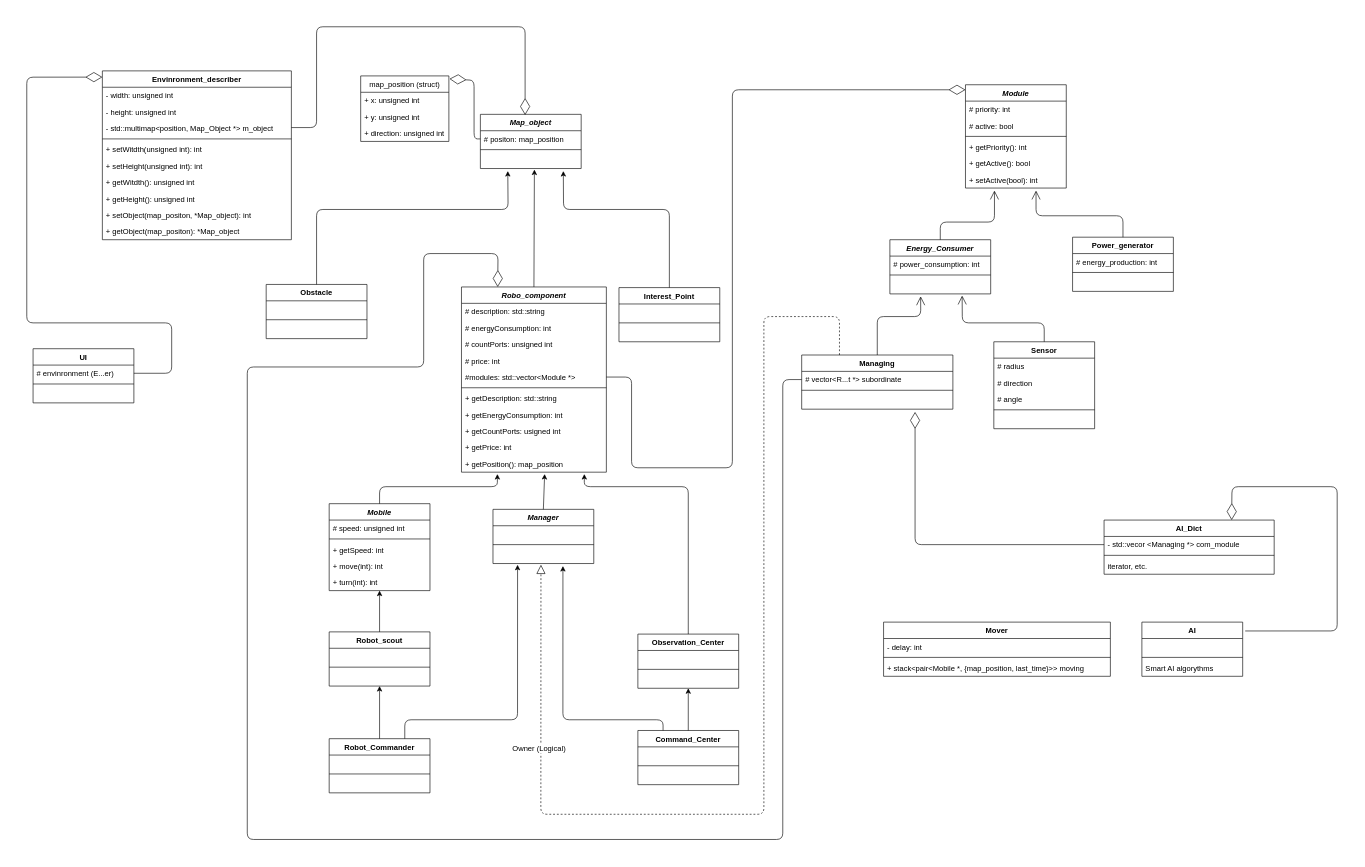
manturovDan/Mobile-Robots keeps this draw.io diagram as etc/diagram.drawio. Above is the earlier version. Source tidied: cells renumbered, new cells numbered last; positions are measured from the earlier drawing's top-left corner, leaving out a move shared by most shapes. Both pictures are drawn from the tidied source at 63%, with x=0, y=0 at pixel (26, 26).
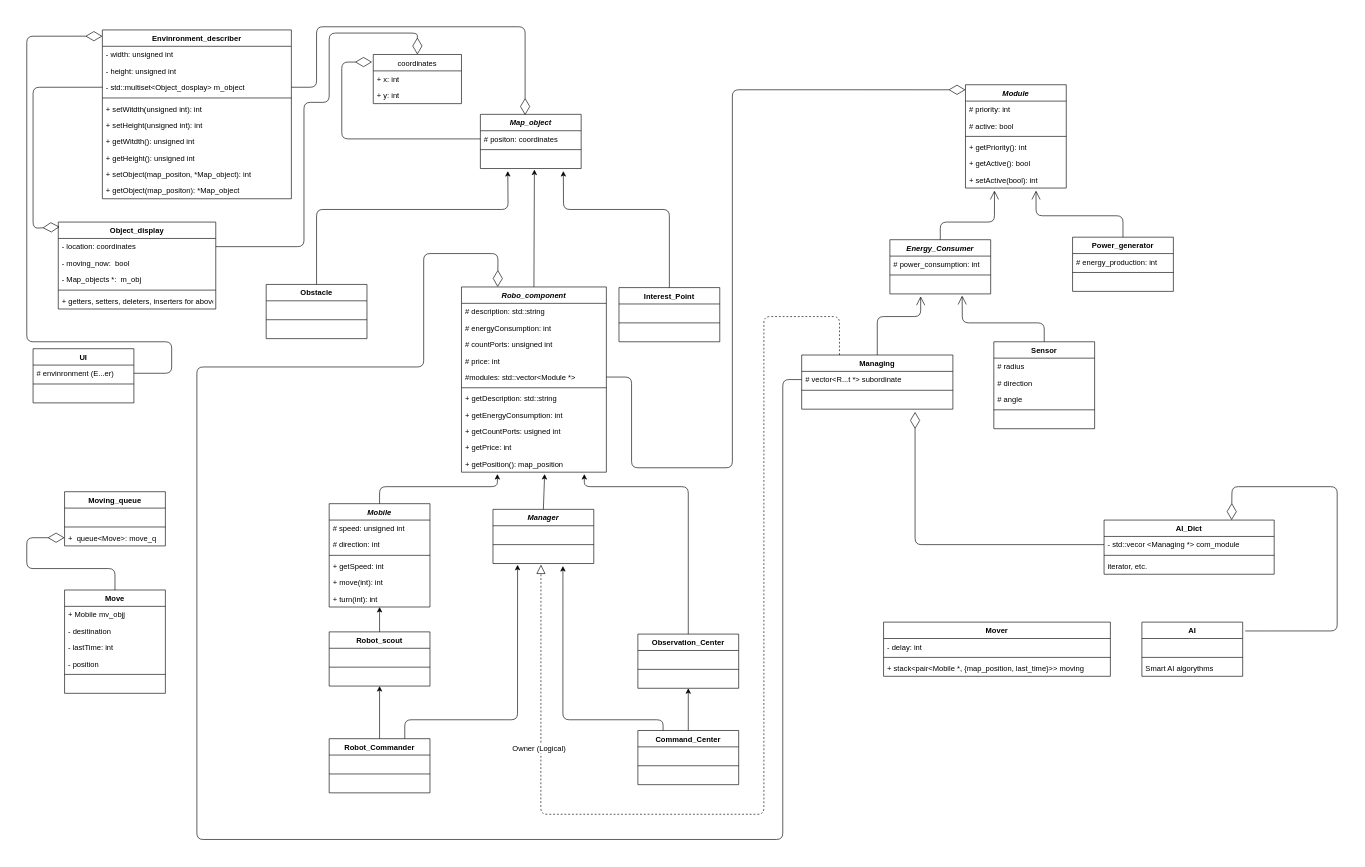
Above is the later version.

The change refers to these unchanged cells:
```xml
<mxCell id="13" value="Map_object" style="swimlane;fontStyle=3;align=center;verticalAlign=top;horizontal=1;startSize=26;" parent="1" vertex="1">
  <mxGeometry x="720" y="139" width="160" height="86" as="geometry" />
</mxCell>
<mxCell id="25" value="Robo_component" style="swimlane;fontStyle=3;align=center;verticalAlign=top;horizontal=1;startSize=26;" parent="1" vertex="1">
  <mxGeometry x="690" y="413" width="230" height="294" as="geometry" />
</mxCell>
<mxCell id="59" value="# vector&lt;R...t *&gt; subordinate" style="text;strokeColor=none;fillColor=none;align=left;verticalAlign=top;spacingLeft=4;spacingRight=4;overflow=hidden;points=[[0,0.5],[1,0.5]];portConstraint=eastwest;" parent="58" vertex="1">
  <mxGeometry y="26" width="240" height="26" as="geometry" />
</mxCell>
<mxCell id="122" value="# envinronment (E...er)" style="text;strokeColor=none;fillColor=none;align=left;verticalAlign=top;spacingLeft=4;spacingRight=4;overflow=hidden;points=[[0,0.5],[1,0.5]];portConstraint=eastwest;" parent="121" vertex="1">
  <mxGeometry y="26" width="160" height="26" as="geometry" />
</mxCell>
```

Diff of the diagram source:
```diff
@@
     <mxCell id="2" value="Envinronment_describer" style="swimlane;fontStyle=1;align=center;verticalAlign=top;horizontal=1;startSize=26;" parent="1" vertex="1">
-      <mxGeometry x="120" y="70" width="300" height="268" as="geometry" />
+      <mxGeometry x="120" y="5" width="300" height="268" as="geometry" />
     </mxCell>
@@
-    <mxCell id="5" value="- std::multimap&lt;position, Map_Object *&gt; m_object" style="text;strokeColor=none;fillColor=none;align=left;verticalAlign=top;spacingLeft=4;spacingRight=4;overflow=hidden;points=[[0,0.5],[1,0.5]];portConstraint=eastwest;" parent="2" vertex="1">
+    <mxCell id="5" value="- std::multiset&lt;Object_dosplay&gt; m_object" style="text;strokeColor=none;fillColor=none;align=left;verticalAlign=top;spacingLeft=4;spacingRight=4;overflow=hidden;points=[[0,0.5],[1,0.5]];portConstraint=eastwest;" parent="2" vertex="1">
       <mxGeometry y="78" width="300" height="26" as="geometry" />
     </mxCell>
@@
-    <mxCell id="14" value="# positon: map_position" style="text;strokeColor=none;fillColor=none;align=left;verticalAlign=top;spacingLeft=4;spacingRight=4;overflow=hidden;points=[[0,0.5],[1,0.5]];portConstraint=eastwest;" parent="13" vertex="1">
+    <mxCell id="14" value="# positon: coordinates" style="text;strokeColor=none;fillColor=none;align=left;verticalAlign=top;spacingLeft=4;spacingRight=4;overflow=hidden;points=[[0,0.5],[1,0.5]];portConstraint=eastwest;" parent="13" vertex="1">
       <mxGeometry y="26" width="160" height="26" as="geometry" />
     </mxCell>
@@
-    <mxCell id="17" value="map_position (struct)" style="swimlane;fontStyle=0;horizontal=1;startSize=26;fillColor=none;" parent="1" vertex="1">
-      <mxGeometry x="530" y="78" width="140" height="104" as="geometry" />
-    </mxCell>
-    <mxCell id="18" value="+ x: unsigned int" style="text;strokeColor=none;fillColor=none;align=left;verticalAlign=top;spacingLeft=4;spacingRight=4;overflow=hidden;" parent="17" vertex="1">
-      <mxGeometry y="26" width="140" height="26" as="geometry" />
-    </mxCell>
-    <mxCell id="19" value="+ y: unsigned int" style="text;strokeColor=none;fillColor=none;align=left;verticalAlign=top;spacingLeft=4;spacingRight=4;overflow=hidden;" parent="17" vertex="1">
-      <mxGeometry y="52" width="140" height="26" as="geometry" />
-    </mxCell>
-    <mxCell id="20" value="+ direction: unsigned int" style="text;strokeColor=none;fillColor=none;align=left;verticalAlign=top;spacingLeft=4;spacingRight=4;overflow=hidden;" parent="17" vertex="1">
-      <mxGeometry y="78" width="140" height="26" as="geometry" />
-    </mxCell>
@@
     <mxCell id="41" value="Mobile" style="swimlane;fontStyle=3;align=center;verticalAlign=top;horizontal=1;startSize=26;" parent="1" vertex="1">
-      <mxGeometry x="480" y="757" width="160" height="138" as="geometry" />
+      <mxGeometry x="480" y="757" width="160" height="164" as="geometry" />
     </mxCell>
@@
+    <mxCell id="132" value="# direction: int" style="text;strokeColor=none;fillColor=none;align=left;verticalAlign=top;spacingLeft=4;spacingRight=4;overflow=hidden;" parent="41" vertex="1">
+      <mxGeometry y="52" width="160" height="26" as="geometry" />
+    </mxCell>
     <mxCell id="43" style="line;strokeWidth=1;fillColor=none;align=left;verticalAlign=middle;spacingTop=-1;spacingLeft=3;spacingRight=3;labelPosition=right;" parent="41" vertex="1">
-      <mxGeometry y="52" width="160" height="8" as="geometry" />
+      <mxGeometry y="78" width="160" height="8" as="geometry" />
     </mxCell>
     <mxCell id="44" value="+ getSpeed: int" style="text;strokeColor=none;fillColor=none;align=left;verticalAlign=top;spacingLeft=4;spacingRight=4;overflow=hidden;" parent="41" vertex="1">
-      <mxGeometry y="60" width="160" height="26" as="geometry" />
+      <mxGeometry y="86" width="160" height="26" as="geometry" />
     </mxCell>
     <mxCell id="45" value="+ move(int): int" style="text;strokeColor=none;fillColor=none;align=left;verticalAlign=top;spacingLeft=4;spacingRight=4;overflow=hidden;" parent="41" vertex="1">
-      <mxGeometry y="86" width="160" height="26" as="geometry" />
+      <mxGeometry y="112" width="160" height="26" as="geometry" />
     </mxCell>
     <mxCell id="46" value="+ turn(int): int" style="text;strokeColor=none;fillColor=none;align=left;verticalAlign=top;spacingLeft=4;spacingRight=4;overflow=hidden;points=[[0,0.5],[1,0.5]];portConstraint=eastwest;" parent="41" vertex="1">
-      <mxGeometry y="112" width="160" height="26" as="geometry" />
+      <mxGeometry y="138" width="160" height="26" as="geometry" />
     </mxCell>
@@
-    <mxCell id="73" style="endArrow=diamondThin;endFill=0;endSize=24;html=1;exitX=0;exitY=0.5;exitDx=0;exitDy=0;entryX=1.007;entryY=0.045;entryDx=0;entryDy=0;entryPerimeter=0;" parent="1" edge="1" source="14" target="17">
-      <mxGeometry relative="1" as="geometry">
-        <Array as="points">
-          <mxPoint x="710" y="178" />
-          <mxPoint x="710" y="85" />
-        </Array>
-      </mxGeometry>
-    </mxCell>
@@
-    <mxCell id="95" style="endArrow=diamondThin;endFill=0;endSize=24;html=1;entryX=0.444;entryY=0.012;entryDx=0;entryDy=0;entryPerimeter=0;" parent="1" edge="1" target="13">
+    <mxCell id="95" style="endArrow=diamondThin;endFill=0;endSize=24;html=1;entryX=0.444;entryY=0.012;entryDx=0;entryDy=0;entryPerimeter=0;exitX=1;exitY=0.5;exitDx=0;exitDy=0;" parent="1" edge="1" source="5" target="13">
       <mxGeometry relative="1" as="geometry">
-        <mxPoint x="420" y="160" as="sourcePoint" />
         <Array as="points">
-          <mxPoint x="460" y="160" />
+          <mxPoint x="460" y="96" />
           <mxPoint x="460" />
           <mxPoint x="791" />
         </Array>
       </mxGeometry>
     </mxCell>
@@
     <mxCell id="107" style="endArrow=diamondThin;endFill=0;endSize=24;html=1;exitX=0;exitY=0.5;exitDx=0;exitDy=0;entryX=0.25;entryY=0;entryDx=0;entryDy=0;" parent="1" edge="1" source="59" target="25">
       <mxGeometry relative="1" as="geometry">
         <Array as="points">
           <mxPoint x="1200" y="560" />
           <mxPoint x="1200" y="1290" />
-          <mxPoint x="350" y="1290" />
-          <mxPoint x="350" y="540" />
+          <mxPoint x="270" y="1290" />
+          <mxPoint x="270" y="540" />
           <mxPoint x="630" y="540" />
           <mxPoint x="630" y="360" />
           <mxPoint x="748" y="360" />
         </Array>
       </mxGeometry>
     </mxCell>
@@
     <mxCell id="125" style="endArrow=diamondThin;endFill=0;endSize=24;html=1;exitX=1;exitY=0.5;exitDx=0;exitDy=0;entryX=0;entryY=0.037;entryDx=0;entryDy=0;entryPerimeter=0;" parent="1" edge="1" source="122" target="2">
       <mxGeometry relative="1" as="geometry">
         <Array as="points">
           <mxPoint x="230" y="550" />
-          <mxPoint x="230" y="470" />
-          <mxPoint y="470" />
-          <mxPoint y="80" />
+          <mxPoint x="230" y="500" />
+          <mxPoint y="500" />
+          <mxPoint y="15" />
         </Array>
       </mxGeometry>
     </mxCell>
@@
+    <mxCell id="133" value="Object_display" style="swimlane;fontStyle=1;align=center;verticalAlign=top;horizontal=1;startSize=26;" parent="1" vertex="1">
+      <mxGeometry x="50" y="310" width="250" height="138" as="geometry" />
+    </mxCell>
+    <mxCell id="134" value="- location: coordinates" style="text;strokeColor=none;fillColor=none;align=left;verticalAlign=top;spacingLeft=4;spacingRight=4;overflow=hidden;points=[[0,0.5],[1,0.5]];portConstraint=eastwest;" parent="133" vertex="1">
+      <mxGeometry y="26" width="250" height="26" as="geometry" />
+    </mxCell>
+    <mxCell id="135" value="- moving_now:  bool" style="text;strokeColor=none;fillColor=none;align=left;verticalAlign=top;spacingLeft=4;spacingRight=4;overflow=hidden;" parent="133" vertex="1">
+      <mxGeometry y="52" width="250" height="26" as="geometry" />
+    </mxCell>
+    <mxCell id="136" value="- Map_objects *:  m_obj" style="text;strokeColor=none;fillColor=none;align=left;verticalAlign=top;spacingLeft=4;spacingRight=4;overflow=hidden;" parent="133" vertex="1">
+      <mxGeometry y="78" width="250" height="26" as="geometry" />
+    </mxCell>
+    <mxCell id="137" style="line;strokeWidth=1;fillColor=none;align=left;verticalAlign=middle;spacingTop=-1;spacingLeft=3;spacingRight=3;labelPosition=right;" parent="133" vertex="1">
+      <mxGeometry y="104" width="250" height="8" as="geometry" />
+    </mxCell>
+    <mxCell id="138" value="+ getters, setters, deleters, inserters for above" style="text;strokeColor=none;fillColor=none;align=left;verticalAlign=top;spacingLeft=4;spacingRight=4;overflow=hidden;" parent="133" vertex="1">
+      <mxGeometry y="112" width="250" height="26" as="geometry" />
+    </mxCell>
+    <mxCell id="139" style="endArrow=diamondThin;endFill=0;endSize=24;html=1;exitX=0;exitY=0.5;exitDx=0;exitDy=0;entryX=0.008;entryY=0.055;entryDx=0;entryDy=0;entryPerimeter=0;" parent="1" edge="1" source="5" target="133">
+      <mxGeometry relative="1" as="geometry">
+        <Array as="points">
+          <mxPoint x="10" y="96" />
+          <mxPoint x="10" y="320" />
+        </Array>
+      </mxGeometry>
+    </mxCell>
+    <mxCell id="140" value="Moving_queue" style="swimlane;fontStyle=1;align=center;verticalAlign=top;horizontal=1;startSize=26;" parent="1" vertex="1">
+      <mxGeometry x="60" y="738" width="160" height="86" as="geometry" />
+    </mxCell>
+    <mxCell id="141" value=" " style="text;strokeColor=none;fillColor=none;align=left;verticalAlign=top;spacingLeft=4;spacingRight=4;overflow=hidden;" parent="140" vertex="1">
+      <mxGeometry y="26" width="160" height="26" as="geometry" />
+    </mxCell>
+    <mxCell id="142" style="line;strokeWidth=1;fillColor=none;align=left;verticalAlign=middle;spacingTop=-1;spacingLeft=3;spacingRight=3;labelPosition=right;" parent="140" vertex="1">
+      <mxGeometry y="52" width="160" height="8" as="geometry" />
+    </mxCell>
+    <mxCell id="143" value="+  queue&lt;Move&gt;: move_q" style="text;strokeColor=none;fillColor=none;align=left;verticalAlign=top;spacingLeft=4;spacingRight=4;overflow=hidden;points=[[0,0.5],[1,0.5]];portConstraint=eastwest;" parent="140" vertex="1">
+      <mxGeometry y="60" width="160" height="26" as="geometry" />
+    </mxCell>
+    <mxCell id="144" value="Move" style="swimlane;fontStyle=1;align=center;verticalAlign=top;horizontal=1;startSize=26;" parent="1" vertex="1">
+      <mxGeometry x="60" y="894" width="160" height="164" as="geometry" />
+    </mxCell>
+    <mxCell id="145" value="+ Mobile mv_objj" style="text;strokeColor=none;fillColor=none;align=left;verticalAlign=top;spacingLeft=4;spacingRight=4;overflow=hidden;" parent="144" vertex="1">
+      <mxGeometry y="26" width="160" height="26" as="geometry" />
+    </mxCell>
+    <mxCell id="146" value="- desitination" style="text;strokeColor=none;fillColor=none;align=left;verticalAlign=top;spacingLeft=4;spacingRight=4;overflow=hidden;" parent="144" vertex="1">
+      <mxGeometry y="52" width="160" height="26" as="geometry" />
+    </mxCell>
+    <mxCell id="147" value="- lastTime: int" style="text;strokeColor=none;fillColor=none;align=left;verticalAlign=top;spacingLeft=4;spacingRight=4;overflow=hidden;" parent="144" vertex="1">
+      <mxGeometry y="78" width="160" height="26" as="geometry" />
+    </mxCell>
+    <mxCell id="148" value="- position" style="text;strokeColor=none;fillColor=none;align=left;verticalAlign=top;spacingLeft=4;spacingRight=4;overflow=hidden;" parent="144" vertex="1">
+      <mxGeometry y="104" width="160" height="26" as="geometry" />
+    </mxCell>
+    <mxCell id="149" style="line;strokeWidth=1;fillColor=none;align=left;verticalAlign=middle;spacingTop=-1;spacingLeft=3;spacingRight=3;labelPosition=right;" parent="144" vertex="1">
+      <mxGeometry y="130" width="160" height="8" as="geometry" />
+    </mxCell>
+    <mxCell id="150" value=" " style="text;strokeColor=none;fillColor=none;align=left;verticalAlign=top;spacingLeft=4;spacingRight=4;overflow=hidden;" parent="144" vertex="1">
+      <mxGeometry y="138" width="160" height="26" as="geometry" />
+    </mxCell>
+    <mxCell id="151" style="endArrow=diamondThin;endFill=0;endSize=24;html=1;exitX=0.5;exitY=0;exitDx=0;exitDy=0;entryX=0;entryY=0.5;entryDx=0;entryDy=0;" parent="1" edge="1" source="144" target="143">
+      <mxGeometry relative="1" as="geometry">
+        <Array as="points">
+          <mxPoint x="140" y="860" />
+          <mxPoint y="860" />
+          <mxPoint y="811" />
+        </Array>
+      </mxGeometry>
+    </mxCell>
+    <mxCell id="152" value="coordinates" style="swimlane;fontStyle=0;horizontal=1;startSize=26;fillColor=none;" parent="1" vertex="1">
+      <mxGeometry x="550" y="44" width="140" height="78" as="geometry" />
+    </mxCell>
+    <mxCell id="153" value="+ x: int" style="text;strokeColor=none;fillColor=none;align=left;verticalAlign=top;spacingLeft=4;spacingRight=4;overflow=hidden;" parent="152" vertex="1">
+      <mxGeometry y="26" width="140" height="26" as="geometry" />
+    </mxCell>
+    <mxCell id="154" value="+ y: int" style="text;strokeColor=none;fillColor=none;align=left;verticalAlign=top;spacingLeft=4;spacingRight=4;overflow=hidden;" parent="152" vertex="1">
+      <mxGeometry y="52" width="140" height="26" as="geometry" />
+    </mxCell>
+    <mxCell id="155" style="endArrow=diamondThin;endFill=0;endSize=24;html=1;entryX=-0.014;entryY=0.154;entryDx=0;entryDy=0;entryPerimeter=0;exitX=0;exitY=0.5;exitDx=0;exitDy=0;" parent="1" edge="1" source="14" target="152">
+      <mxGeometry relative="1" as="geometry">
+        <Array as="points">
+          <mxPoint x="500" y="178" />
+          <mxPoint x="500" y="56" />
+        </Array>
+      </mxGeometry>
+    </mxCell>
+    <mxCell id="156" style="endArrow=diamondThin;endFill=0;endSize=24;html=1;exitX=1;exitY=0.5;exitDx=0;exitDy=0;entryX=0.5;entryY=0;entryDx=0;entryDy=0;" parent="1" edge="1" source="134" target="152">
+      <mxGeometry relative="1" as="geometry">
+        <Array as="points">
+          <mxPoint x="440" y="349" />
+          <mxPoint x="440" y="120" />
+          <mxPoint x="480" y="120" />
+          <mxPoint x="480" y="10" />
+          <mxPoint x="620" y="10" />
+        </Array>
+      </mxGeometry>
+    </mxCell>
```
